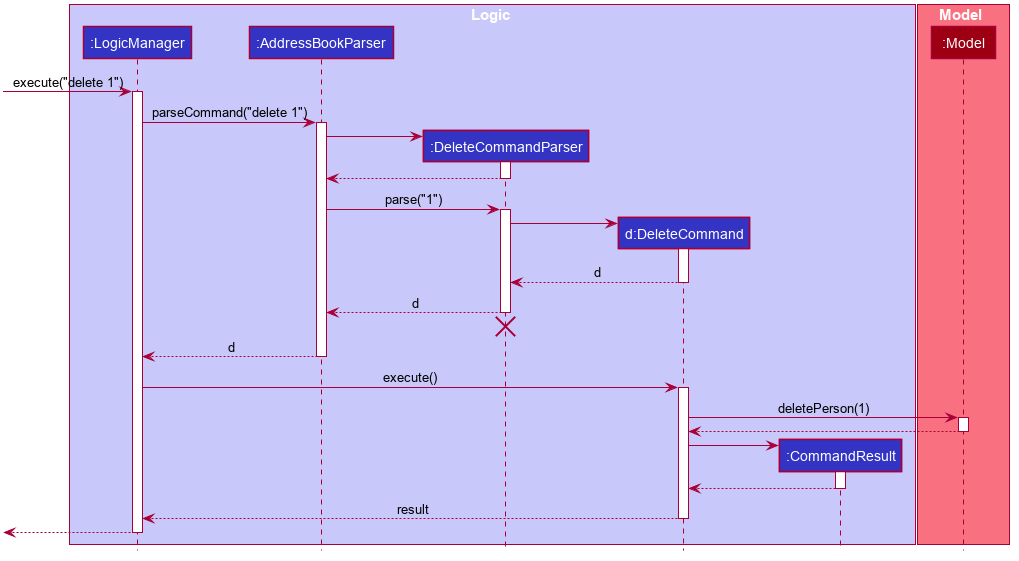
This is docs/images/DeleteSequenceDiagram.png from nus-cs2103-AY2223S2/tp, a PlantUML export, as it was before one commit.
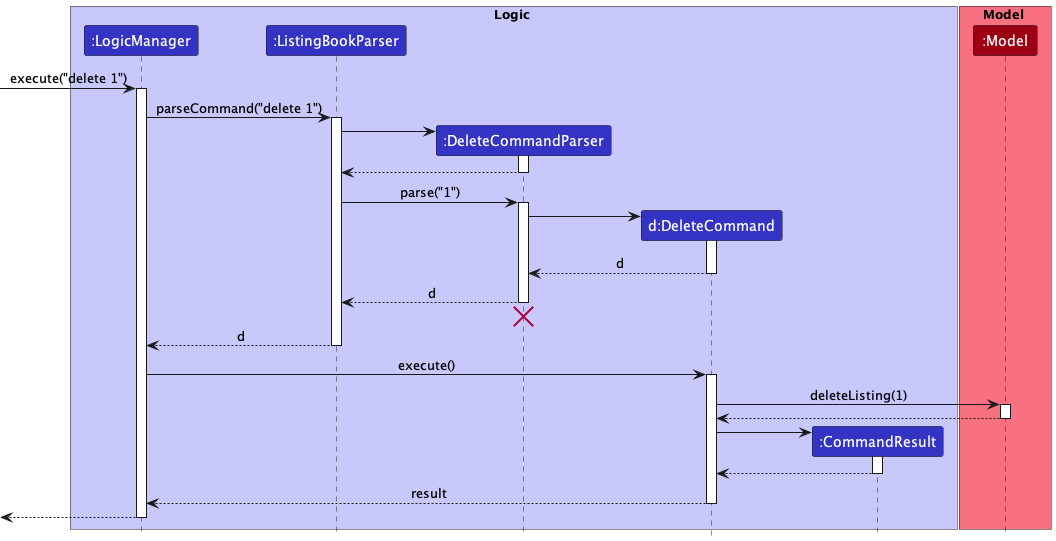
Later version of the same file.

Commit message:
Add Logic Command in DG

The edit, as a diff of the source:
```diff
@@ -1,79 +1,32 @@
 @startuml
+!include style.puml
 
-
-
-
-
-
-
-
-skinparam BackgroundColor #FFFFFFF
-
-skinparam Shadowing false
-
-skinparam Class {
-    FontColor #FFFFFF
-    BorderThickness 1
-    BorderColor #FFFFFF
-    StereotypeFontColor #FFFFFF
-    FontName Arial
-}
-
-skinparam Actor {
-    BorderColor #000000
-    Color #000000
-    FontName Arial
-}
-
-skinparam Sequence {
-    MessageAlign center
-    BoxFontSize 15
-    BoxPadding 0
-    BoxFontColor #FFFFFF
-    FontName Arial
-}
-
-skinparam Participant {
-    FontColor #FFFFFFF
-    Padding 20
-}
-
-skinparam MinClassWidth 50
-skinparam ParticipantPadding 10
-skinparam Shadowing false
-skinparam DefaultTextAlignment center
-skinparam packageStyle Rectangle
-
-hide footbox
-hide members
-hide circle
-
-box Logic #C8C8FA
-participant ":LogicManager" as LogicManager #3333C4
-participant ":AddressBookParser" as AddressBookParser #3333C4
-participant ":DeleteCommandParser" as DeleteCommandParser #3333C4
-participant "d:DeleteCommand" as DeleteCommand #3333C4
-participant ":CommandResult" as CommandResult #3333C4
+box Logic LOGIC_COLOR_T1
+participant ":LogicManager" as LogicManager LOGIC_COLOR
+participant ":ListingBookParser" as ListingBookParser LOGIC_COLOR
+participant ":DeleteCommandParser" as DeleteCommandParser LOGIC_COLOR
+participant "d:DeleteCommand" as DeleteCommand LOGIC_COLOR
+participant ":CommandResult" as CommandResult LOGIC_COLOR
 end box
 
-box Model #F97181
-participant ":Model" as Model #9D0012
+box Model MODEL_COLOR_T1
+participant ":Model" as Model MODEL_COLOR
 end box
 
 [-> LogicManager : execute("delete 1")
 activate LogicManager
 
-LogicManager -> AddressBookParser : parseCommand("delete 1")
-activate AddressBookParser
+LogicManager -> ListingBookParser : parseCommand("delete 1")
+activate ListingBookParser
 
 create DeleteCommandParser
-AddressBookParser -> DeleteCommandParser
+ListingBookParser -> DeleteCommandParser
 activate DeleteCommandParser
 
-DeleteCommandParser --> AddressBookParser
+DeleteCommandParser --> ListingBookParser
 deactivate DeleteCommandParser
 
-AddressBookParser -> DeleteCommandParser : parse("1")
+ListingBookParser -> DeleteCommandParser : parse("1")
 activate DeleteCommandParser
 
 create DeleteCommand
@@ -83,18 +36,18 @@
 DeleteCommand --> DeleteCommandParser : d
 deactivate DeleteCommand
 
-DeleteCommandParser --> AddressBookParser : d
+DeleteCommandParser --> ListingBookParser : d
 deactivate DeleteCommandParser
-DeleteCommandParser -[hidden]-> AddressBookParser
+DeleteCommandParser -[hidden]-> ListingBookParser
 destroy DeleteCommandParser
 
-AddressBookParser --> LogicManager : d
-deactivate AddressBookParser
+ListingBookParser --> LogicManager : d
+deactivate ListingBookParser
 
 LogicManager -> DeleteCommand : execute()
 activate DeleteCommand
 
-DeleteCommand -> Model : deletePerson(1)
+DeleteCommand -> Model : deleteListing(1)
 activate Model
 
 Model --> DeleteCommand
```
